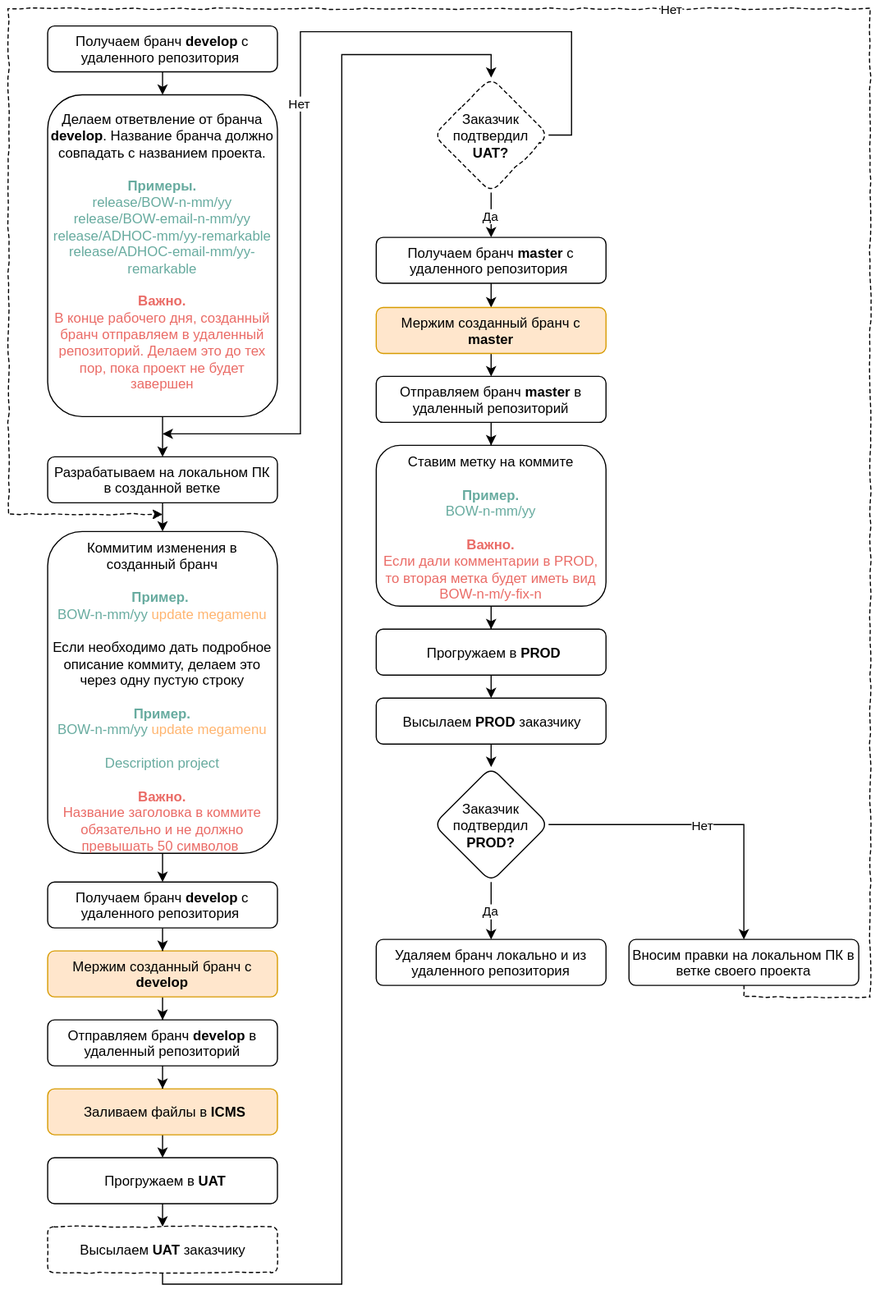
This is GIT roadmap.svg from biryukovkolya/upload-files, a draw.io export, as it was before one commit. Source tidied: cells renumbered, new cells last; positions are measured from the earlier drawing's top-left corner, leaving out a move shared by most shapes.
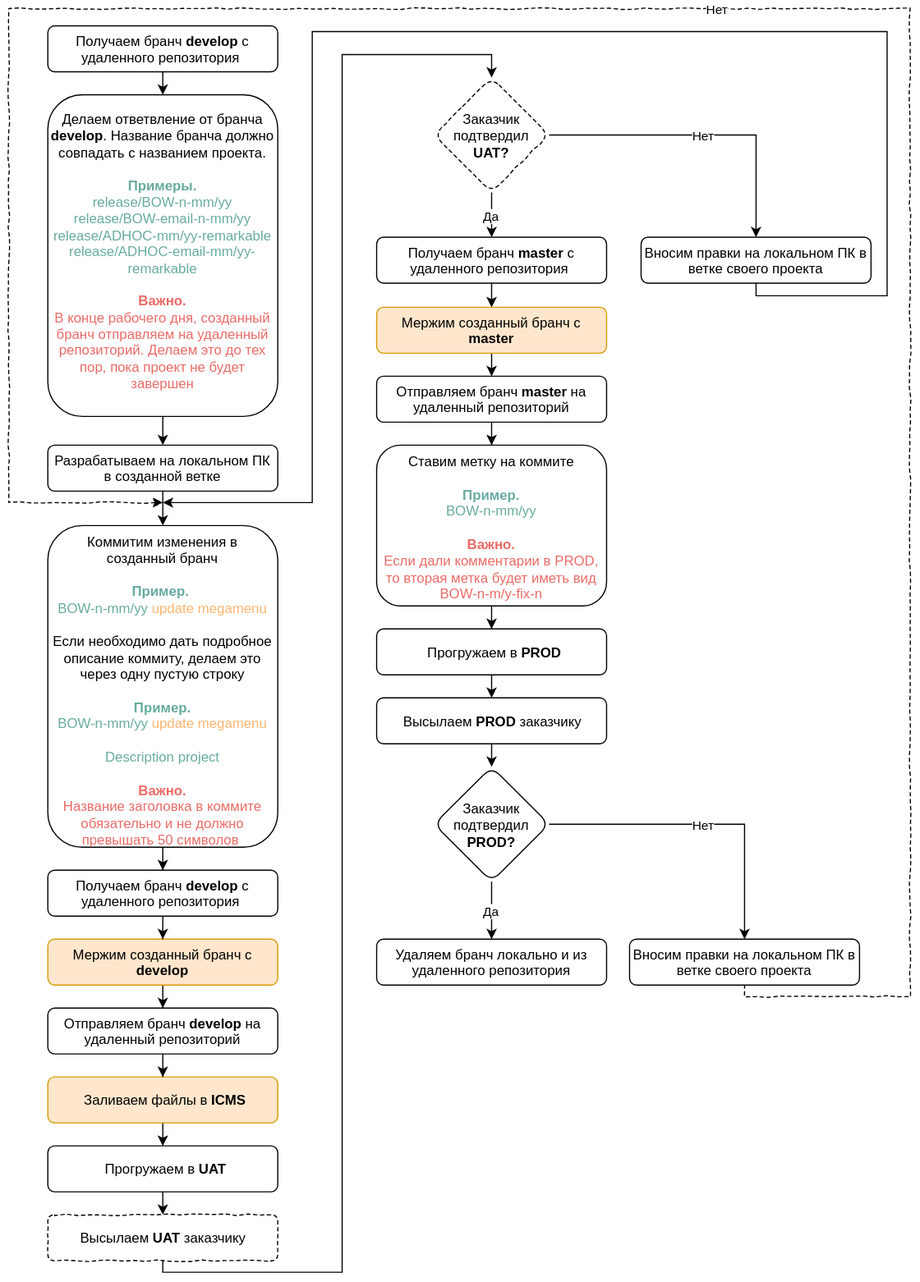
The same diagram one commit later.

The edit, as a diff of the source:
```diff
@@ -12,45 +12,37 @@
       <mxGeometry relative="1" as="geometry" />
     </mxCell>
     <mxCell id="5" value="Разрабатываем на локальном ПК в созданной ветке" style="rounded=1;whiteSpace=wrap;html=1;spacing=3;" parent="1" vertex="1">
-      <mxGeometry x="34" y="390" width="200" height="40" as="geometry" />
+      <mxGeometry x="34" y="380" width="200" height="40" as="geometry" />
     </mxCell>
     <mxCell id="6" style="edgeStyle=orthogonalEdgeStyle;rounded=0;html=1;exitX=0.5;exitY=1;jettySize=auto;" parent="1" edge="1" source="7" target="13">
       <mxGeometry relative="1" as="geometry" />
     </mxCell>
     <mxCell id="7" value="Коммитим изменения в созданный бранч&lt;br&gt;&lt;span style=&quot;color: rgb(103 , 171 , 159)&quot;&gt;&lt;br&gt;&lt;b&gt;Пример.&lt;/b&gt;&amp;nbsp;&lt;b&gt;&lt;br&gt;&lt;/b&gt;&lt;/span&gt;&lt;span style=&quot;color: rgb(103 , 171 , 159)&quot;&gt;BOW-n-mm/yy&amp;nbsp;&lt;/span&gt;&lt;font color=&quot;#ffb570&quot;&gt;update megamenu&lt;/font&gt;&lt;br&gt;&lt;br&gt;Если необходимо дать подробное описание&amp;nbsp;коммиту, делаем это через одну пустую строку&lt;br&gt;&lt;br&gt;&lt;font color=&quot;#67ab9f&quot;&gt;&lt;b&gt;Пример.&lt;br&gt;&lt;/b&gt;BOW-n-mm/yy&amp;nbsp;&lt;/font&gt;&lt;font color=&quot;#ffb570&quot;&gt;update megamenu&lt;/font&gt;&lt;br&gt;&lt;br&gt;&lt;font color=&quot;#67ab9f&quot;&gt;Description project&lt;/font&gt;&lt;br&gt;&lt;b&gt;&lt;br&gt;&lt;font color=&quot;#ea6b66&quot;&gt;Важно.&lt;/font&gt;&lt;/b&gt;&lt;font color=&quot;#ea6b66&quot;&gt; &lt;br&gt;Название заголовка в коммите обязательно и не должно превышать 50 символов&amp;nbsp;&lt;/font&gt;&lt;br&gt;" style="rounded=1;whiteSpace=wrap;html=1;spacing=3;" parent="1" vertex="1">
-      <mxGeometry x="34" y="455" width="200" height="280" as="geometry" />
+      <mxGeometry x="34" y="450" width="200" height="280" as="geometry" />
     </mxCell>
     <mxCell id="8" style="edgeStyle=orthogonalEdgeStyle;rounded=0;html=1;exitX=0.5;exitY=1;jettySize=auto;" parent="1" edge="1" source="9" target="36">
       <mxGeometry relative="1" as="geometry" />
     </mxCell>
     <mxCell id="9" value="Мержим созданный бранч с &lt;b&gt;develop&lt;/b&gt;" style="rounded=1;whiteSpace=wrap;html=1;spacing=3;fillColor=#ffe6cc;strokeColor=#d79b00;glass=0;" parent="1" vertex="1">
-      <mxGeometry x="34" y="820" width="200" height="40" as="geometry" />
+      <mxGeometry x="34" y="810" width="200" height="40" as="geometry" />
     </mxCell>
     <mxCell id="10" style="edgeStyle=orthogonalEdgeStyle;rounded=0;comic=0;html=1;exitX=0.5;exitY=1;entryX=0.5;entryY=0;jettySize=auto;" parent="1" edge="1" source="11" target="5">
       <mxGeometry relative="1" as="geometry" />
     </mxCell>
-    <mxCell id="11" value="Делаем ответвление от бранча &lt;b&gt;develop&lt;/b&gt;. Название бранча должно совпадать с названием проекта.&lt;br&gt;&lt;font color=&quot;#67ab9f&quot;&gt;&lt;br&gt;&lt;b&gt;Примеры.&lt;br&gt;&lt;/b&gt;release/BOW-n-mm/yy&lt;/font&gt;&lt;font color=&quot;#67ab9f&quot;&gt;&lt;br&gt;release/BOW-email-n-mm/yy&lt;br&gt;release/ADHOC-mm/yy-remarkable&lt;/font&gt;&lt;br&gt;&lt;font color=&quot;#67ab9f&quot;&gt;release/ADHOC-email-mm/yy-remarkable&lt;/font&gt;&lt;font color=&quot;#67ab9f&quot;&gt;&lt;br&gt;&lt;br&gt;&lt;/font&gt;&lt;font color=&quot;#ea6b66&quot;&gt;&lt;b&gt;Важно.&lt;br&gt;&lt;/b&gt;В конце рабочего дня, созданный бранч отправляем в удаленный репозиторий. Делаем это до тех пор, пока проект не будет завершен&lt;/font&gt;&lt;b&gt;&lt;font color=&quot;#67ab9f&quot;&gt;&lt;br&gt;&lt;/font&gt;&lt;/b&gt;" style="rounded=1;whiteSpace=wrap;html=1;spacingRight=0;spacingLeft=0;spacing=3;" parent="1" vertex="1">
+    <mxCell id="11" value="Делаем ответвление от бранча &lt;b&gt;develop&lt;/b&gt;. Название бранча должно совпадать с названием проекта.&lt;br&gt;&lt;font color=&quot;#67ab9f&quot;&gt;&lt;br&gt;&lt;b&gt;Примеры.&lt;br&gt;&lt;/b&gt;release/BOW-n-mm/yy&lt;/font&gt;&lt;font color=&quot;#67ab9f&quot;&gt;&lt;br&gt;release/BOW-email-n-mm/yy&lt;br&gt;release/ADHOC-mm/yy-remarkable&lt;/font&gt;&lt;br&gt;&lt;font color=&quot;#67ab9f&quot;&gt;release/ADHOC-email-mm/yy-remarkable&lt;/font&gt;&lt;font color=&quot;#67ab9f&quot;&gt;&lt;br&gt;&lt;br&gt;&lt;/font&gt;&lt;font color=&quot;#ea6b66&quot;&gt;&lt;b&gt;Важно.&lt;br&gt;&lt;/b&gt;В конце рабочего дня, созданный бранч отправляем на удаленный репозиторий. Делаем это до тех пор, пока проект не будет завершен&lt;/font&gt;&lt;b&gt;&lt;font color=&quot;#67ab9f&quot;&gt;&lt;br&gt;&lt;/font&gt;&lt;/b&gt;" style="rounded=1;whiteSpace=wrap;html=1;spacingRight=0;spacingLeft=0;spacing=3;" parent="1" vertex="1">
       <mxGeometry x="34" y="75" width="200" height="280" as="geometry" />
     </mxCell>
     <mxCell id="12" style="edgeStyle=orthogonalEdgeStyle;rounded=0;html=1;exitX=0.5;exitY=1;jettySize=auto;" parent="1" edge="1" source="13" target="9">
       <mxGeometry relative="1" as="geometry" />
     </mxCell>
     <mxCell id="13" value="Получаем бранч&amp;nbsp;&lt;b&gt;develop&lt;/b&gt; c удаленного репозитория&amp;nbsp;&lt;b&gt;&lt;font color=&quot;#67ab9f&quot;&gt;&lt;br&gt;&lt;/font&gt;&lt;/b&gt;" style="rounded=1;whiteSpace=wrap;html=1;spacingRight=0;spacingLeft=0;spacing=3;" parent="1" vertex="1">
-      <mxGeometry x="34" y="760" width="200" height="40" as="geometry" />
+      <mxGeometry x="34" y="750" width="200" height="40" as="geometry" />
     </mxCell>
     <mxCell id="14" value="Да" style="edgeStyle=orthogonalEdgeStyle;rounded=0;html=1;exitX=0.5;exitY=1;entryX=0.5;entryY=0;jettySize=auto;" parent="1" edge="1" source="16" target="24">
       <mxGeometry relative="1" as="geometry" />
     </mxCell>
-    <mxCell id="15" value="Нет" style="edgeStyle=orthogonalEdgeStyle;rounded=0;comic=0;html=1;exitX=1;exitY=0.5;jettySize=auto;" parent="1" edge="1" source="16">
-      <mxGeometry relative="1" as="geometry">
-        <mxPoint x="134" y="370" as="targetPoint" />
-        <Array as="points">
-          <mxPoint x="490" y="110" />
-          <mxPoint x="490" y="20" />
-          <mxPoint x="254" y="20" />
-          <mxPoint x="254" y="370" />
-        </Array>
-      </mxGeometry>
+    <mxCell id="15" value="Нет" style="edgeStyle=orthogonalEdgeStyle;rounded=0;comic=0;html=1;exitX=1;exitY=0.5;entryX=0.5;entryY=0;jettySize=auto;" parent="1" edge="1" source="16" target="44">
+      <mxGeometry relative="1" as="geometry" />
     </mxCell>
     <mxCell id="16" value="Заказчик подтвердил &lt;b&gt;UAT?&lt;/b&gt;" style="rhombus;whiteSpace=wrap;html=1;rounded=1;spacing=3;comic=1;dashed=1;" parent="1" vertex="1">
       <mxGeometry x="370" y="60" width="100" height="100" as="geometry" />
@@ -59,28 +51,28 @@
       <mxGeometry relative="1" as="geometry" />
     </mxCell>
     <mxCell id="18" value="&amp;nbsp;Заливаем файлы в &lt;b&gt;ICMS&lt;/b&gt;" style="rounded=1;whiteSpace=wrap;html=1;spacing=3;fillColor=#ffe6cc;strokeColor=#d79b00;" parent="1" vertex="1">
-      <mxGeometry x="34" y="940" width="200" height="40" as="geometry" />
+      <mxGeometry x="34" y="930" width="200" height="40" as="geometry" />
     </mxCell>
     <mxCell id="19" style="edgeStyle=orthogonalEdgeStyle;rounded=0;html=1;exitX=0.5;exitY=1;entryX=0.5;entryY=0;jettySize=auto;" parent="1" edge="1" source="20">
       <mxGeometry relative="1" as="geometry">
-        <mxPoint x="134" y="1060" as="targetPoint" />
+        <mxPoint x="134" y="1050" as="targetPoint" />
       </mxGeometry>
     </mxCell>
     <mxCell id="20" value="&amp;nbsp;Прогружаем в &lt;b&gt;UAT&lt;/b&gt;" style="rounded=1;whiteSpace=wrap;html=1;spacing=3;" parent="1" vertex="1">
-      <mxGeometry x="34" y="1000" width="200" height="40" as="geometry" />
+      <mxGeometry x="34" y="990" width="200" height="40" as="geometry" />
     </mxCell>
     <mxCell id="21" style="edgeStyle=orthogonalEdgeStyle;rounded=0;html=1;exitX=0.5;exitY=1;entryX=0.5;entryY=0;jettySize=auto;" parent="1" edge="1" source="22" target="16">
       <mxGeometry relative="1" as="geometry">
         <Array as="points">
-          <mxPoint x="134" y="1110" />
-          <mxPoint x="290" y="1110" />
+          <mxPoint x="134" y="1100" />
+          <mxPoint x="290" y="1100" />
           <mxPoint x="290" y="40" />
           <mxPoint x="420" y="40" />
         </Array>
       </mxGeometry>
     </mxCell>
     <mxCell id="22" value="Высылаем &lt;b&gt;UAT&lt;/b&gt; заказчику" style="rounded=1;whiteSpace=wrap;html=1;spacing=3;comic=1;dashed=1;" parent="1" vertex="1">
-      <mxGeometry x="34" y="1060" width="200" height="40" as="geometry" />
+      <mxGeometry x="34" y="1050" width="200" height="40" as="geometry" />
     </mxCell>
     <mxCell id="23" style="edgeStyle=orthogonalEdgeStyle;rounded=0;html=1;exitX=0.5;exitY=1;entryX=0.5;entryY=0;jettySize=auto;" parent="1" edge="1" source="24" target="26">
       <mxGeometry relative="1" as="geometry" />
@@ -121,24 +113,24 @@
     <mxCell id="35" style="edgeStyle=orthogonalEdgeStyle;rounded=0;html=1;exitX=0.5;exitY=1;jettySize=auto;" parent="1" edge="1" source="36" target="18">
       <mxGeometry relative="1" as="geometry" />
     </mxCell>
-    <mxCell id="36" value="Отправляем бранч&amp;nbsp;&lt;b&gt;develop&lt;/b&gt;&amp;nbsp;в удаленный репозиторий&lt;b&gt;&lt;font color=&quot;#67ab9f&quot;&gt;&lt;br&gt;&lt;/font&gt;&lt;/b&gt;" style="rounded=1;whiteSpace=wrap;html=1;spacingRight=0;spacingLeft=0;spacing=3;" parent="1" vertex="1">
-      <mxGeometry x="34" y="880" width="200" height="40" as="geometry" />
+    <mxCell id="36" value="Отправляем бранч&amp;nbsp;&lt;b&gt;develop&lt;/b&gt;&amp;nbsp;на удаленный репозиторий&lt;b&gt;&lt;font color=&quot;#67ab9f&quot;&gt;&lt;br&gt;&lt;/font&gt;&lt;/b&gt;" style="rounded=1;whiteSpace=wrap;html=1;spacingRight=0;spacingLeft=0;spacing=3;" parent="1" vertex="1">
+      <mxGeometry x="34" y="870" width="200" height="40" as="geometry" />
     </mxCell>
     <mxCell id="37" style="edgeStyle=orthogonalEdgeStyle;rounded=0;comic=0;html=1;exitX=0.5;exitY=1;jettySize=auto;" parent="1" edge="1" source="38" target="42">
       <mxGeometry relative="1" as="geometry" />
     </mxCell>
-    <mxCell id="38" value="Отправляем бранч &lt;b&gt;master&lt;/b&gt;&amp;nbsp;в удаленный репозиторий&lt;br&gt;" style="rounded=1;whiteSpace=wrap;html=1;spacing=3;" parent="1" vertex="1">
+    <mxCell id="38" value="Отправляем бранч &lt;b&gt;master&lt;/b&gt;&amp;nbsp;на удаленный репозиторий&lt;br&gt;" style="rounded=1;whiteSpace=wrap;html=1;spacing=3;" parent="1" vertex="1">
       <mxGeometry x="320" y="320" width="200" height="40" as="geometry" />
     </mxCell>
     <mxCell id="39" value="Нет" style="edgeStyle=orthogonalEdgeStyle;rounded=0;html=1;jettySize=auto;comic=1;dashed=1;exitX=0.5;exitY=1;" parent="1" edge="1" source="40">
       <mxGeometry relative="1" as="geometry">
-        <mxPoint x="134" y="440" as="targetPoint" />
+        <mxPoint x="134" y="430" as="targetPoint" />
         <Array as="points">
           <mxPoint x="640" y="860" />
-          <mxPoint x="750" y="860" />
-          <mxPoint x="750" />
+          <mxPoint x="784" y="860" />
+          <mxPoint x="784" />
           <mxPoint />
-          <mxPoint y="440" />
+          <mxPoint y="430" />
         </Array>
       </mxGeometry>
     </mxCell>
@@ -151,5 +143,20 @@
     <mxCell id="42" value="Ставим метку на коммите&lt;br&gt;&lt;font color=&quot;#67ab9f&quot;&gt;&lt;br&gt;&lt;b&gt;Пример.&lt;br&gt;&lt;/b&gt;BOW-n-mm/yy&lt;br&gt;&lt;/font&gt;&lt;br&gt;&lt;font color=&quot;#ea6b66&quot;&gt;&lt;b&gt;Важно.&lt;/b&gt;&lt;br&gt;&lt;span&gt;Если дали комментарии в PROD, то вторая метка будет&amp;nbsp;иметь вид&lt;/span&gt;&lt;br&gt;&lt;span&gt;BOW-n-m/y-fix-n&lt;/span&gt;&lt;/font&gt;&lt;br&gt;" style="rounded=1;whiteSpace=wrap;html=1;spacing=3;" parent="1" vertex="1">
       <mxGeometry x="320" y="380" width="200" height="140" as="geometry" />
     </mxCell>
+    <mxCell id="43" style="edgeStyle=orthogonalEdgeStyle;rounded=0;comic=0;html=1;exitX=0.5;exitY=1;jettySize=auto;" parent="1" edge="1" source="44">
+      <mxGeometry relative="1" as="geometry">
+        <mxPoint x="134" y="430" as="targetPoint" />
+        <Array as="points">
+          <mxPoint x="650" y="250" />
+          <mxPoint x="764" y="250" />
+          <mxPoint x="764" y="20" />
+          <mxPoint x="264" y="20" />
+          <mxPoint x="264" y="430" />
+        </Array>
+      </mxGeometry>
+    </mxCell>
+    <mxCell id="44" value="Вносим правки на локальном ПК в ветке своего проекта" style="rounded=1;whiteSpace=wrap;html=1;spacing=3;" parent="1" vertex="1">
+      <mxGeometry x="550" y="199" width="200" height="40" as="geometry" />
+    </mxCell>
   </root>
 </mxGraphModel>
```
